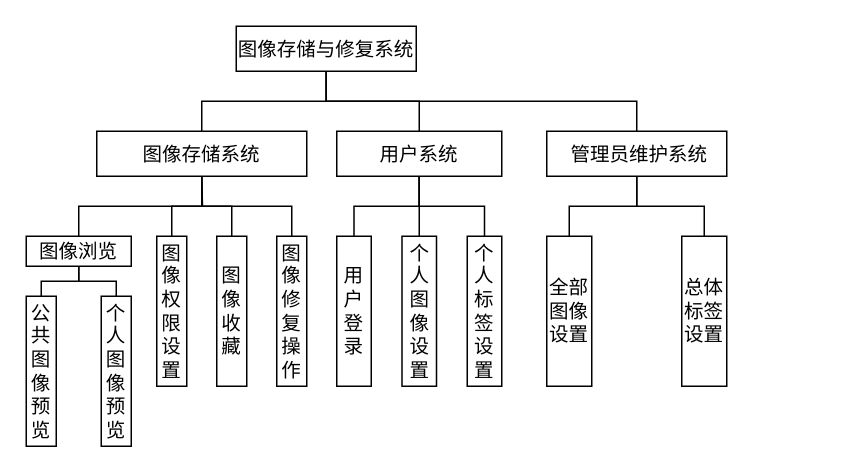
Before: 图像存储系统功能模块图.drawio in LiSoulSpace/GitBook, a draw.io diagram. Source tidied: cells renumbered, new cells numbered last; positions are measured from the earlier drawing's top-left corner, leaving out a move shared by most shapes. Both pictures are drawn from the tidied source at 150%, with x=0, y=0 at pixel (26, 26).
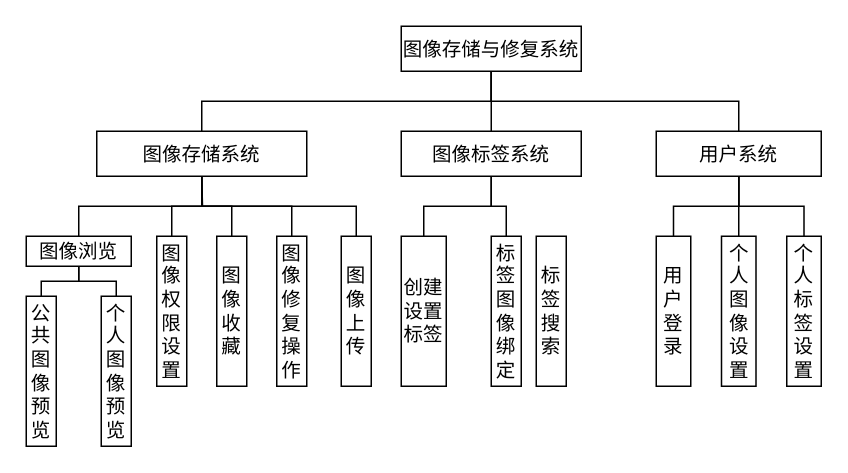
The same diagram, later.

Commit message (it also covers changes not shown here):
更新图像存储系统功能模块图.drawio

The change refers to these unchanged cells:
```xml
<mxCell id="12" value="图像存储系统" style="rounded=0;whiteSpace=wrap;html=1;fontSize=13;fontFamily=宋体;" parent="1" vertex="1">
  <mxGeometry x="47" y="70" width="140" height="30" as="geometry" />
</mxCell>
```

Diff of the diagram source:
```diff
@@
-    <mxCell id="4" style="edgeStyle=orthogonalEdgeStyle;rounded=0;jettySize=auto;html=1;exitX=0.5;exitY=1;exitDx=0;exitDy=0;endArrow=none;endFill=0;fontFamily=宋体;" parent="1" edge="1" source="5" target="9">
-      <mxGeometry relative="1" as="geometry" />
-    </mxCell>
     <mxCell id="5" value="图像存储与修复系统" style="rounded=0;whiteSpace=wrap;html=1;fontFamily=宋体;fontSize=13;" parent="1" vertex="1">
-      <mxGeometry x="140" width="120" height="30" as="geometry" />
+      <mxGeometry x="250" width="120" height="30" as="geometry" />
     </mxCell>
-    <mxCell id="6" value="用户系统" style="rounded=0;whiteSpace=wrap;html=1;fontSize=13;fontFamily=宋体;" parent="1" vertex="1">
-      <mxGeometry x="207" y="70" width="110" height="30" as="geometry" />
-    </mxCell>
-    <mxCell id="7" style="edgeStyle=orthogonalEdgeStyle;shape=connector;rounded=0;jettySize=auto;html=1;exitX=0.5;exitY=1;exitDx=0;exitDy=0;entryX=0.5;entryY=0;entryDx=0;entryDy=0;labelBackgroundColor=default;strokeColor=default;fontFamily=宋体;fontSize=11;fontColor=default;endArrow=none;endFill=0;" parent="1" edge="1" source="9" target="21">
-      <mxGeometry relative="1" as="geometry" />
-    </mxCell>
-    <mxCell id="8" style="edgeStyle=orthogonalEdgeStyle;shape=connector;rounded=0;jettySize=auto;html=1;exitX=0.5;exitY=1;exitDx=0;exitDy=0;entryX=0.5;entryY=0;entryDx=0;entryDy=0;labelBackgroundColor=default;strokeColor=default;fontFamily=宋体;fontSize=11;fontColor=default;endArrow=none;endFill=0;" parent="1" edge="1" source="9" target="22">
-      <mxGeometry relative="1" as="geometry" />
-    </mxCell>
-    <mxCell id="9" value="&amp;nbsp;管理员维护系统" style="rounded=0;whiteSpace=wrap;html=1;fontSize=13;fontFamily=宋体;" parent="1" vertex="1">
-      <mxGeometry x="347" y="70" width="120" height="30" as="geometry" />
-    </mxCell>
@@
-    <mxCell id="17" style="edgeStyle=orthogonalEdgeStyle;shape=connector;rounded=0;jettySize=auto;html=1;exitX=0.5;exitY=0;exitDx=0;exitDy=0;entryX=0.5;entryY=1;entryDx=0;entryDy=0;labelBackgroundColor=default;strokeColor=default;fontFamily=宋体;fontSize=11;fontColor=default;endArrow=none;endFill=0;" parent="1" edge="1" source="18" target="6">
-      <mxGeometry relative="1" as="geometry" />
-    </mxCell>
-    <mxCell id="18" value="用户登录" style="rounded=0;whiteSpace=wrap;html=1;fontSize=13;fontFamily=宋体;" parent="1" vertex="1">
-      <mxGeometry x="207" y="140" width="23" height="100" as="geometry" />
-    </mxCell>
-    <mxCell id="19" style="edgeStyle=orthogonalEdgeStyle;shape=connector;rounded=0;jettySize=auto;html=1;exitX=0.5;exitY=0;exitDx=0;exitDy=0;entryX=0.5;entryY=1;entryDx=0;entryDy=0;labelBackgroundColor=default;strokeColor=default;fontFamily=宋体;fontSize=11;fontColor=default;endArrow=none;endFill=0;" parent="1" edge="1" source="20" target="6">
-      <mxGeometry relative="1" as="geometry" />
-    </mxCell>
-    <mxCell id="20" value="个人标签设置" style="rounded=0;whiteSpace=wrap;html=1;fontSize=13;fontFamily=宋体;" parent="1" vertex="1">
-      <mxGeometry x="294" y="140" width="23" height="100" as="geometry" />
-    </mxCell>
-    <mxCell id="21" value="全部图像设置" style="rounded=0;whiteSpace=wrap;html=1;fontSize=13;fontFamily=宋体;" parent="1" vertex="1">
-      <mxGeometry x="347" y="140" width="30" height="100" as="geometry" />
-    </mxCell>
-    <mxCell id="22" value="总体标签设置" style="rounded=0;whiteSpace=wrap;html=1;fontSize=13;fontFamily=宋体;" parent="1" vertex="1">
-      <mxGeometry x="437" y="140" width="30" height="100" as="geometry" />
-    </mxCell>
@@
-    <mxCell id="24" style="edgeStyle=orthogonalEdgeStyle;shape=connector;rounded=0;jettySize=auto;html=1;exitX=0.5;exitY=0;exitDx=0;exitDy=0;labelBackgroundColor=default;strokeColor=default;fontFamily=Helvetica;fontSize=11;fontColor=default;endArrow=none;endFill=0;" parent="1" edge="1" source="25">
-      <mxGeometry relative="1" as="geometry">
-        <mxPoint x="262" y="100" as="targetPoint" />
-      </mxGeometry>
-    </mxCell>
-    <mxCell id="25" value="个人图像设置" style="rounded=0;whiteSpace=wrap;html=1;fontSize=13;fontFamily=宋体;" parent="1" vertex="1">
-      <mxGeometry x="250.5" y="140" width="23" height="100" as="geometry" />
-    </mxCell>
@@
+    <mxCell id="31" style="group;" parent="1" vertex="1">
+      <mxGeometry x="420" y="70" width="110" height="170" as="geometry" />
+    </mxCell>
+    <mxCell id="6" value="用户系统" style="rounded=0;whiteSpace=wrap;html=1;fontSize=13;fontFamily=宋体;" parent="31" vertex="1">
+      <mxGeometry width="110" height="30" as="geometry" />
+    </mxCell>
+    <mxCell id="17" style="edgeStyle=orthogonalEdgeStyle;shape=connector;rounded=0;jettySize=auto;html=1;exitX=0.5;exitY=0;exitDx=0;exitDy=0;entryX=0.5;entryY=1;entryDx=0;entryDy=0;labelBackgroundColor=default;strokeColor=default;fontFamily=宋体;fontSize=11;fontColor=default;endArrow=none;endFill=0;" parent="31" edge="1" source="18" target="6">
+      <mxGeometry relative="1" as="geometry" />
+    </mxCell>
+    <mxCell id="18" value="用户登录" style="rounded=0;whiteSpace=wrap;html=1;fontSize=13;fontFamily=宋体;" parent="31" vertex="1">
+      <mxGeometry y="70" width="23" height="100" as="geometry" />
+    </mxCell>
+    <mxCell id="19" style="edgeStyle=orthogonalEdgeStyle;shape=connector;rounded=0;jettySize=auto;html=1;exitX=0.5;exitY=0;exitDx=0;exitDy=0;entryX=0.5;entryY=1;entryDx=0;entryDy=0;labelBackgroundColor=default;strokeColor=default;fontFamily=宋体;fontSize=11;fontColor=default;endArrow=none;endFill=0;" parent="31" edge="1" source="20" target="6">
+      <mxGeometry relative="1" as="geometry" />
+    </mxCell>
+    <mxCell id="20" value="个人标签设置" style="rounded=0;whiteSpace=wrap;html=1;fontSize=13;fontFamily=宋体;" parent="31" vertex="1">
+      <mxGeometry x="87" y="70" width="23" height="100" as="geometry" />
+    </mxCell>
+    <mxCell id="24" style="edgeStyle=orthogonalEdgeStyle;shape=connector;rounded=0;jettySize=auto;html=1;exitX=0.5;exitY=0;exitDx=0;exitDy=0;labelBackgroundColor=default;strokeColor=default;fontFamily=Helvetica;fontSize=11;fontColor=default;endArrow=none;endFill=0;" parent="31" edge="1" source="25">
+      <mxGeometry relative="1" as="geometry">
+        <mxPoint x="55" y="30" as="targetPoint" />
+      </mxGeometry>
+    </mxCell>
+    <mxCell id="25" value="个人图像设置" style="rounded=0;whiteSpace=wrap;html=1;fontSize=13;fontFamily=宋体;" parent="31" vertex="1">
+      <mxGeometry x="43.5" y="70" width="23" height="100" as="geometry" />
+    </mxCell>
+    <mxCell id="32" style="edgeStyle=orthogonalEdgeStyle;shape=connector;rounded=0;jettySize=auto;html=1;exitX=0.5;exitY=0;exitDx=0;exitDy=0;entryX=0.5;entryY=1;entryDx=0;entryDy=0;labelBackgroundColor=default;strokeColor=default;fontFamily=Helvetica;fontSize=11;fontColor=default;endArrow=none;endFill=0;" parent="1" edge="1" source="33" target="5">
+      <mxGeometry relative="1" as="geometry" />
+    </mxCell>
+    <mxCell id="33" value="图像标签系统" style="rounded=0;whiteSpace=wrap;html=1;fontSize=13;fontFamily=宋体;" parent="1" vertex="1">
+      <mxGeometry x="250" y="70" width="120" height="30" as="geometry" />
+    </mxCell>
+    <mxCell id="34" style="edgeStyle=orthogonalEdgeStyle;shape=connector;rounded=0;jettySize=auto;html=1;exitX=0.5;exitY=0;exitDx=0;exitDy=0;entryX=0.5;entryY=1;entryDx=0;entryDy=0;labelBackgroundColor=default;strokeColor=default;fontFamily=Helvetica;fontSize=11;fontColor=default;endArrow=none;endFill=0;" parent="1" edge="1" source="35" target="33">
+      <mxGeometry relative="1" as="geometry" />
+    </mxCell>
+    <mxCell id="35" value="创建设置标签" style="rounded=0;whiteSpace=wrap;html=1;fontSize=13;fontFamily=宋体;" parent="1" vertex="1">
+      <mxGeometry x="250" y="140" width="30" height="100" as="geometry" />
+    </mxCell>
+    <mxCell id="36" style="edgeStyle=orthogonalEdgeStyle;shape=connector;rounded=0;jettySize=auto;html=1;exitX=0.5;exitY=0;exitDx=0;exitDy=0;entryX=0.5;entryY=1;entryDx=0;entryDy=0;labelBackgroundColor=default;strokeColor=default;fontFamily=Helvetica;fontSize=11;fontColor=default;endArrow=none;endFill=0;" parent="1" edge="1" source="37" target="33">
+      <mxGeometry relative="1" as="geometry" />
+    </mxCell>
+    <mxCell id="37" value="标签图像绑定" style="rounded=0;whiteSpace=wrap;html=1;fontSize=13;fontFamily=宋体;" parent="1" vertex="1">
+      <mxGeometry x="310" y="140" width="20" height="100" as="geometry" />
+    </mxCell>
+    <mxCell id="38" value="标签搜索" style="rounded=0;whiteSpace=wrap;html=1;fontSize=13;fontFamily=宋体;" parent="1" vertex="1">
+      <mxGeometry x="340" y="140" width="20" height="100" as="geometry" />
+    </mxCell>
+    <mxCell id="39" style="edgeStyle=orthogonalEdgeStyle;shape=connector;rounded=0;jettySize=auto;html=1;exitX=0.5;exitY=0;exitDx=0;exitDy=0;entryX=0.5;entryY=1;entryDx=0;entryDy=0;labelBackgroundColor=default;strokeColor=default;fontFamily=Helvetica;fontSize=11;fontColor=default;endArrow=none;endFill=0;" parent="1" edge="1" source="40" target="12">
+      <mxGeometry relative="1" as="geometry" />
+    </mxCell>
+    <mxCell id="40" value="图像上传" style="rounded=0;whiteSpace=wrap;html=1;fontSize=13;fontFamily=宋体;" parent="1" vertex="1">
+      <mxGeometry x="210" y="140" width="20" height="100" as="geometry" />
+    </mxCell>
```
